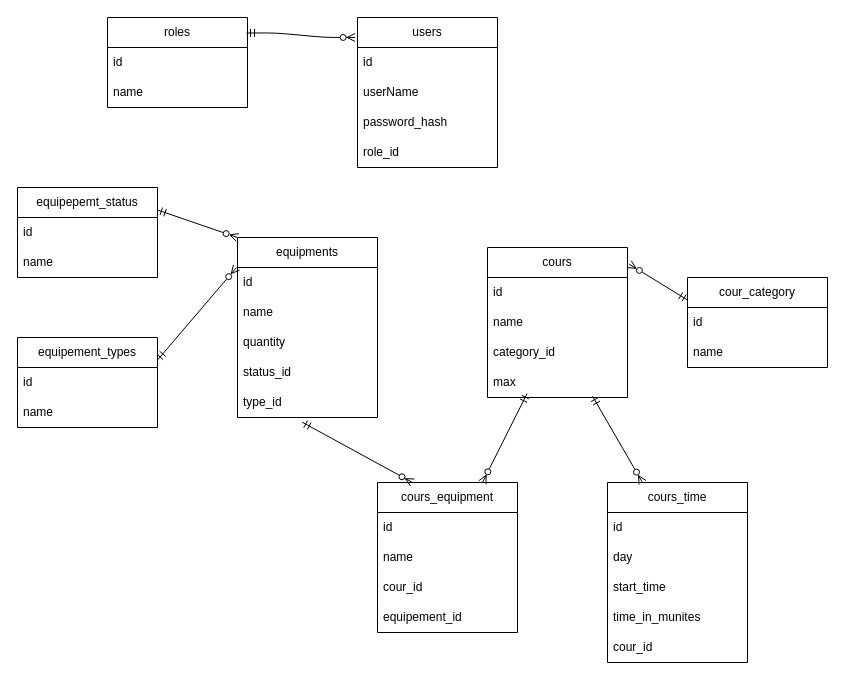
Above: schemas/schema.drawio in amineElgaini/gym (draw.io), before the change. Source tidied: cells renumbered, new cells numbered last; positions are measured from the earlier drawing's top-left corner, leaving out a move shared by most shapes. Both pictures are drawn from the tidied source at 100%, with x=0, y=0 at pixel (17, 17).
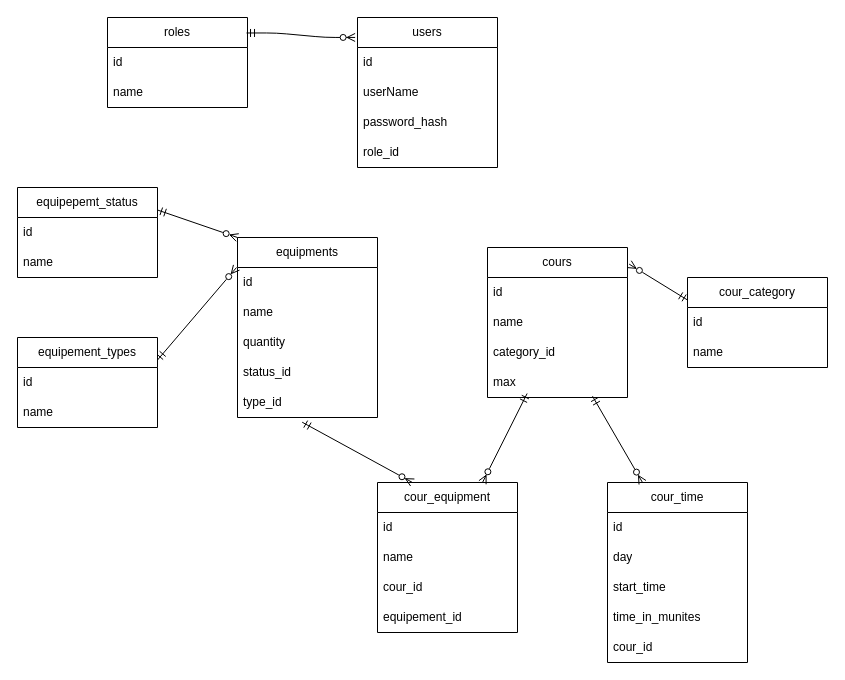
After the change.

Commit message (it also covers changes not shown here):
view cours detail

The edit, as a diff of the source:
```diff
@@
-    <mxCell id="21" value="cours_equipment" style="swimlane;fontStyle=0;horizontal=1;startSize=30;whiteSpace=wrap;html=1;" parent="1" vertex="1">
+    <mxCell id="21" value="cour_equipment" style="swimlane;fontStyle=0;horizontal=1;startSize=30;whiteSpace=wrap;html=1;" parent="1" vertex="1">
       <mxGeometry x="360" y="465" width="140" height="150" as="geometry" />
     </mxCell>
@@
-    <mxCell id="26" value="cours_time" style="swimlane;fontStyle=0;horizontal=1;startSize=30;whiteSpace=wrap;html=1;" parent="1" vertex="1">
+    <mxCell id="26" value="cour_time" style="swimlane;fontStyle=0;horizontal=1;startSize=30;whiteSpace=wrap;html=1;" parent="1" vertex="1">
       <mxGeometry x="590" y="465" width="140" height="180" as="geometry" />
     </mxCell>
```
